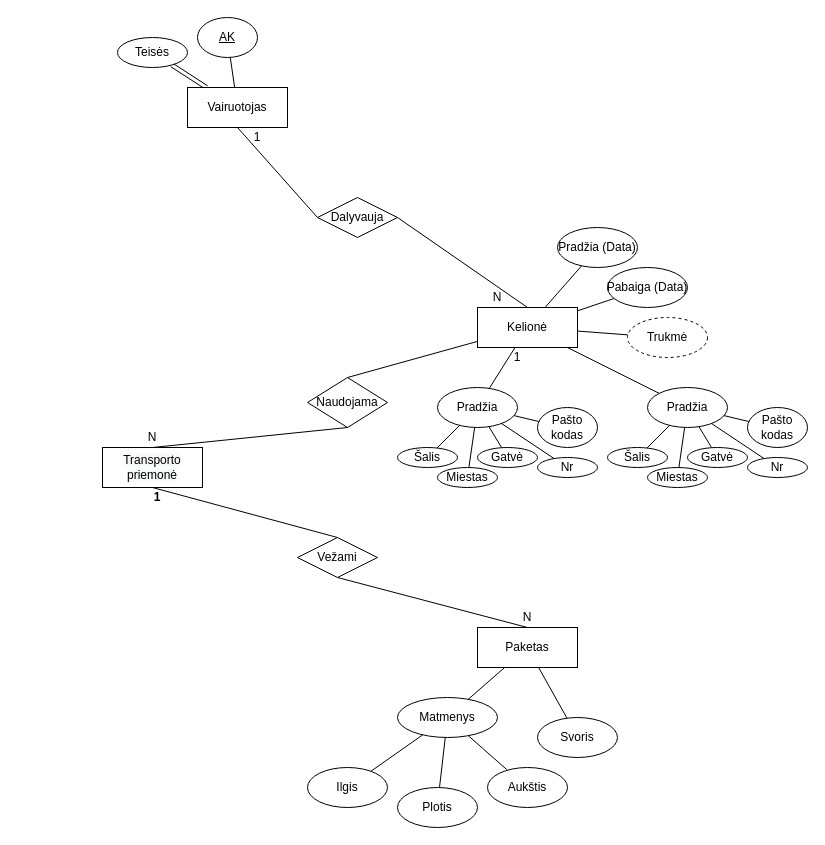
Earlier version of the draw.io diagram Untitled Diagram.drawio (domanteli0/DBVS). Source tidied: cells renumbered, new cells numbered last; positions are measured from the earlier drawing's top-left corner, leaving out a move shared by most shapes. Both pictures are drawn from the tidied source at 100%, with x=0, y=0 at pixel (102, 17).
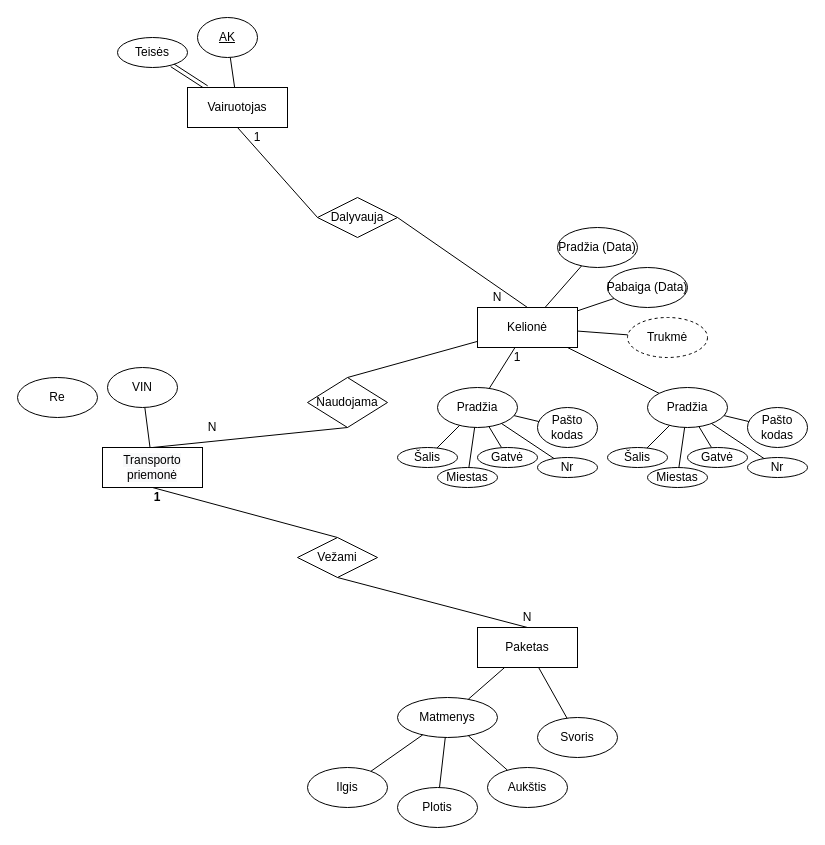
The same page after the edit.

The change refers to these unchanged cells:
```xml
<mxCell id="9" value="&lt;span style=&quot;caret-color: rgb(0, 0, 0); color: rgb(0, 0, 0); font-family: Helvetica; font-size: 12px; font-style: normal; font-variant-caps: normal; font-weight: 400; letter-spacing: normal; text-align: center; text-indent: 0px; text-transform: none; word-spacing: 0px; -webkit-text-stroke-width: 0px; background-color: rgb(248, 249, 250); text-decoration: none; float: none; display: inline !important;&quot;&gt;Transporto&lt;/span&gt;&lt;br style=&quot;caret-color: rgb(0, 0, 0); color: rgb(0, 0, 0); font-family: Helvetica; font-size: 12px; font-style: normal; font-variant-caps: normal; font-weight: 400; letter-spacing: normal; text-align: center; text-indent: 0px; text-transform: none; word-spacing: 0px; -webkit-text-stroke-width: 0px; text-decoration: none;&quot;&gt;&lt;span style=&quot;caret-color: rgb(0, 0, 0); color: rgb(0, 0, 0); font-family: Helvetica; font-size: 12px; font-style: normal; font-variant-caps: normal; font-weight: 400; letter-spacing: normal; text-align: center; text-indent: 0px; text-transform: none; word-spacing: 0px; -webkit-text-stroke-width: 0px; background-color: rgb(248, 249, 250); text-decoration: none; float: none; display: inline !important;&quot;&gt;priemonė&lt;/span&gt;" style="rounded=0;whiteSpace=wrap;html=1;" parent="1" vertex="1">
  <mxGeometry y="430" width="100" height="40" as="geometry" />
</mxCell>
```

What changed in the source:
```diff
@@
     <mxCell id="12" value="N" style="shape=partialRectangle;whiteSpace=wrap;html=1;top=0;bottom=0;fillColor=none;strokeColor=none;sketch=0;noLabel=0;" parent="1" vertex="1">
-      <mxGeometry x="40" y="410" width="20" height="20" as="geometry" />
+      <mxGeometry x="100" y="400" width="20" height="20" as="geometry" />
     </mxCell>
@@
+    <mxCell id="65" style="edgeStyle=none;rounded=0;jettySize=auto;html=1;strokeWidth=1;fontFamily=Helvetica;fontSize=12;endArrow=none;endFill=0;" parent="1" edge="1" source="66" target="9">
+      <mxGeometry relative="1" as="geometry" />
+    </mxCell>
+    <mxCell id="66" value="VIN" style="ellipse;whiteSpace=wrap;html=1;sketch=0;fontFamily=Helvetica;fontSize=12;" parent="1" vertex="1">
+      <mxGeometry x="5" y="350" width="70" height="40" as="geometry" />
+    </mxCell>
+    <mxCell id="67" value="Re" style="ellipse;whiteSpace=wrap;html=1;sketch=0;fontFamily=Helvetica;fontSize=12;" parent="1" vertex="1">
+      <mxGeometry x="-85" y="360" width="80" height="40" as="geometry" />
+    </mxCell>
```
